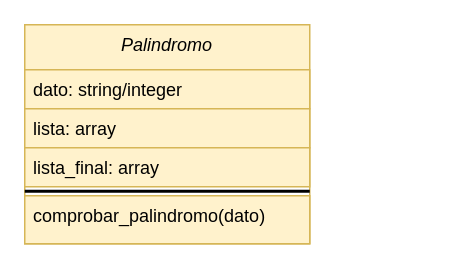
Diegodesantos1/Ejercicios_POO_Parejas keeps this draw.io diagram as UML/Ejercicio1.drawio. Above is the earlier version. Source tidied: cells renumbered, new cells numbered last; positions are measured from the earlier drawing's top-left corner, leaving out a move shared by most shapes. Both pictures are drawn from the tidied source at 150%, with x=0, y=0 at pixel (24, 24).
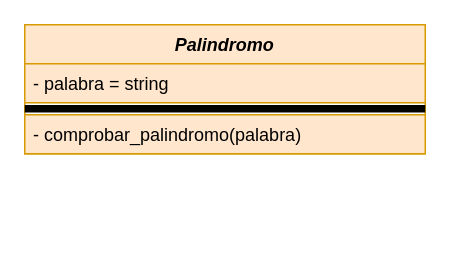
After the change.

Change to the diagram source:
```diff
@@
 <mxGraphModel>
   <root>
     <mxCell id="0" />
     <mxCell id="1" parent="0" />
-    <mxCell id="2" value="Palindromo" style="swimlane;fontStyle=2;align=center;verticalAlign=top;horizontal=1;startSize=30;rounded=0;shadow=0;strokeWidth=1;fillColor=#fff2cc;strokeColor=#d6b656;" parent="1" vertex="1">
-      <mxGeometry width="190" height="146" as="geometry" />
+    <mxCell id="2" value="Palindromo" style="swimlane;fontStyle=3;align=center;verticalAlign=top;horizontal=1;startSize=26;fillColor=#ffe6cc;strokeColor=#d79b00;" parent="1" vertex="1">
+      <mxGeometry width="267" height="86" as="geometry" />
     </mxCell>
-    <mxCell id="3" value="dato: string/integer" style="text;align=left;verticalAlign=top;spacingLeft=4;spacingRight=4;overflow=hidden;fillColor=#fff2cc;strokeColor=#d6b656;" parent="2" vertex="1">
-      <mxGeometry y="30" width="190" height="26" as="geometry" />
-    </mxCell>
-    <mxCell id="4" value="lista: array" style="text;align=left;verticalAlign=top;spacingLeft=4;spacingRight=4;overflow=hidden;rounded=0;shadow=0;html=0;fillColor=#fff2cc;strokeColor=#d6b656;" parent="2" vertex="1">
-      <mxGeometry y="56" width="190" height="26" as="geometry" />
-    </mxCell>
-    <mxCell id="5" value="lista_final: array" style="text;align=left;verticalAlign=top;spacingLeft=4;spacingRight=4;overflow=hidden;rounded=0;shadow=0;html=0;fillColor=#fff2cc;strokeColor=#d6b656;" parent="2" vertex="1">
-      <mxGeometry y="82" width="190" height="26" as="geometry" />
-    </mxCell>
-    <mxCell id="6" style="line;html=1;strokeWidth=2;align=left;verticalAlign=middle;spacingTop=-1;spacingLeft=3;spacingRight=3;labelPosition=right;fillColor=#fff2cc;strokeColor=#000000;" parent="2" vertex="1">
-      <mxGeometry y="108" width="190" height="6" as="geometry" />
-    </mxCell>
-    <mxCell id="7" value="comprobar_palindromo(dato)" style="text;align=left;verticalAlign=top;spacingLeft=4;spacingRight=4;overflow=hidden;fillColor=#fff2cc;strokeColor=#d6b656;" parent="2" vertex="1">
-      <mxGeometry y="114" width="190" height="32" as="geometry" />
-    </mxCell>
+    <mxCell id="8" value="- palabra = string" style="text;strokeColor=#d79b00;fillColor=#ffe6cc;align=left;verticalAlign=top;spacingLeft=4;spacingRight=4;overflow=hidden;" parent="2" vertex="1">
+      <mxGeometry y="26" width="267" height="26" as="geometry" />
+    </mxCell>
+    <mxCell id="9" style="line;strokeWidth=5;fillColor=#ffe6cc;align=left;verticalAlign=middle;spacingTop=-1;spacingLeft=3;spacingRight=3;labelPosition=right;strokeColor=#030201;" parent="2" vertex="1">
+      <mxGeometry y="52" width="267" height="8" as="geometry" />
+    </mxCell>
+    <mxCell id="10" value="- comprobar_palindromo(palabra)" style="text;strokeColor=#d79b00;fillColor=#ffe6cc;align=left;verticalAlign=top;spacingLeft=4;spacingRight=4;overflow=hidden;" parent="2" vertex="1">
+      <mxGeometry y="60" width="267" height="26" as="geometry" />
+    </mxCell>
   </root>
 </mxGraphModel>
```
